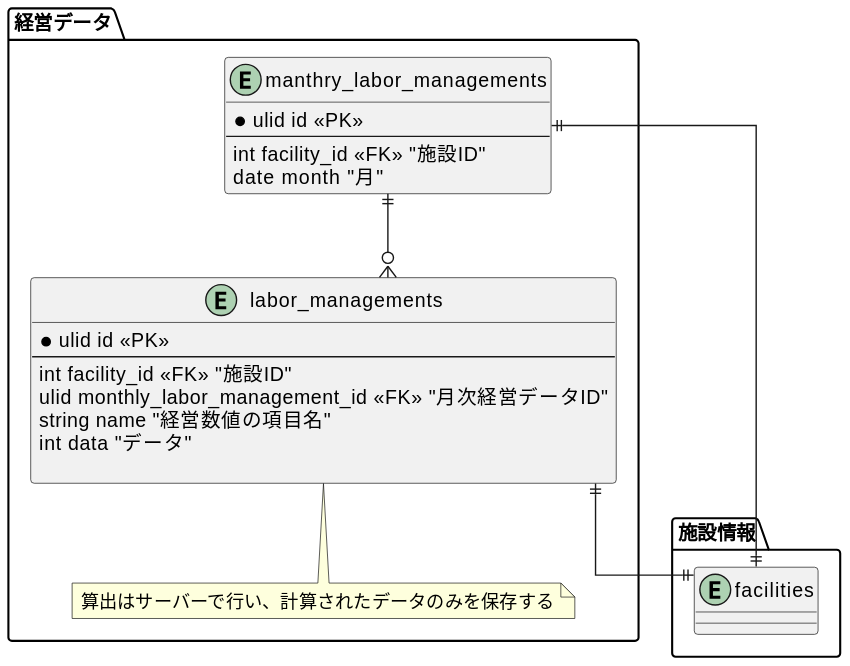
The PlantUML diagram src/diagrams-svg/ER/tables/labor_managements.svg in Fukuemon/buddy_design_docs, before a commit. Source of this version:
```plantuml
@startuml
skinparam linetype ortho

package 経営データ {
  entity labor_managements {
    * ulid id <<PK>>
    --
    int facility_id <<FK>> "施設ID"
    ulid monthly_labor_management_id <<FK>> "月次経営データID"
    string name "経営数値の項目名"
    int data "データ"

  }

  note bottom of labor_managements
  算出はサーバーで行い、計算されたデータのみを保存する
  end note

  entity manthry_labor_managements {
    * ulid id <<PK>>
    --
    int facility_id <<FK>> "施設ID"
    date month "月"
  }
}

package 施設情報 {
  entity facilities {
  }
}


manthry_labor_managements ||--o{ labor_managements
manthry_labor_managements ||--|| facilities
labor_managements ||--|| facilities
@enduml
```
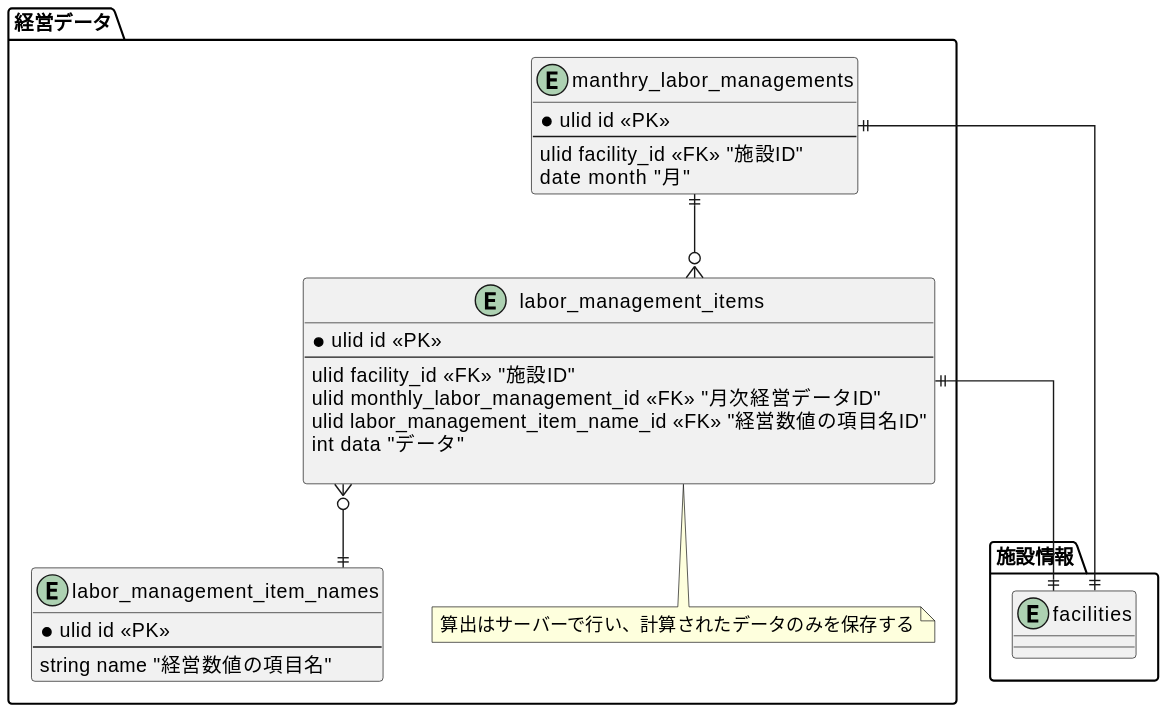
Above is the later version.

What changed in the source:
```diff
@@ -2,24 +2,30 @@
 skinparam linetype ortho
 
 package 経営データ {
-  entity labor_managements {
+  entity labor_management_item_names {
     * ulid id <<PK>>
     --
-    int facility_id <<FK>> "施設ID"
+    string name "経営数値の項目名"
+  }
+
+  entity labor_management_items {
+    * ulid id <<PK>>
+    --
+    ulid facility_id <<FK>> "施設ID"
     ulid monthly_labor_management_id <<FK>> "月次経営データID"
-    string name "経営数値の項目名"
+    ulid labor_management_item_name_id <<FK>> "経営数値の項目名ID"
     int data "データ"
 
   }
 
-  note bottom of labor_managements
+  note bottom of labor_management_items
   算出はサーバーで行い、計算されたデータのみを保存する
   end note
 
   entity manthry_labor_managements {
     * ulid id <<PK>>
     --
-    int facility_id <<FK>> "施設ID"
+    ulid facility_id <<FK>> "施設ID"
     date month "月"
   }
 }
@@ -30,7 +36,8 @@
 }
 
 
-manthry_labor_managements ||--o{ labor_managements
+manthry_labor_managements ||--o{ labor_management_items
 manthry_labor_managements ||--|| facilities
-labor_managements ||--|| facilities
+labor_management_items }o--|| labor_management_item_names
+labor_management_items ||--|| facilities
 @enduml
```
